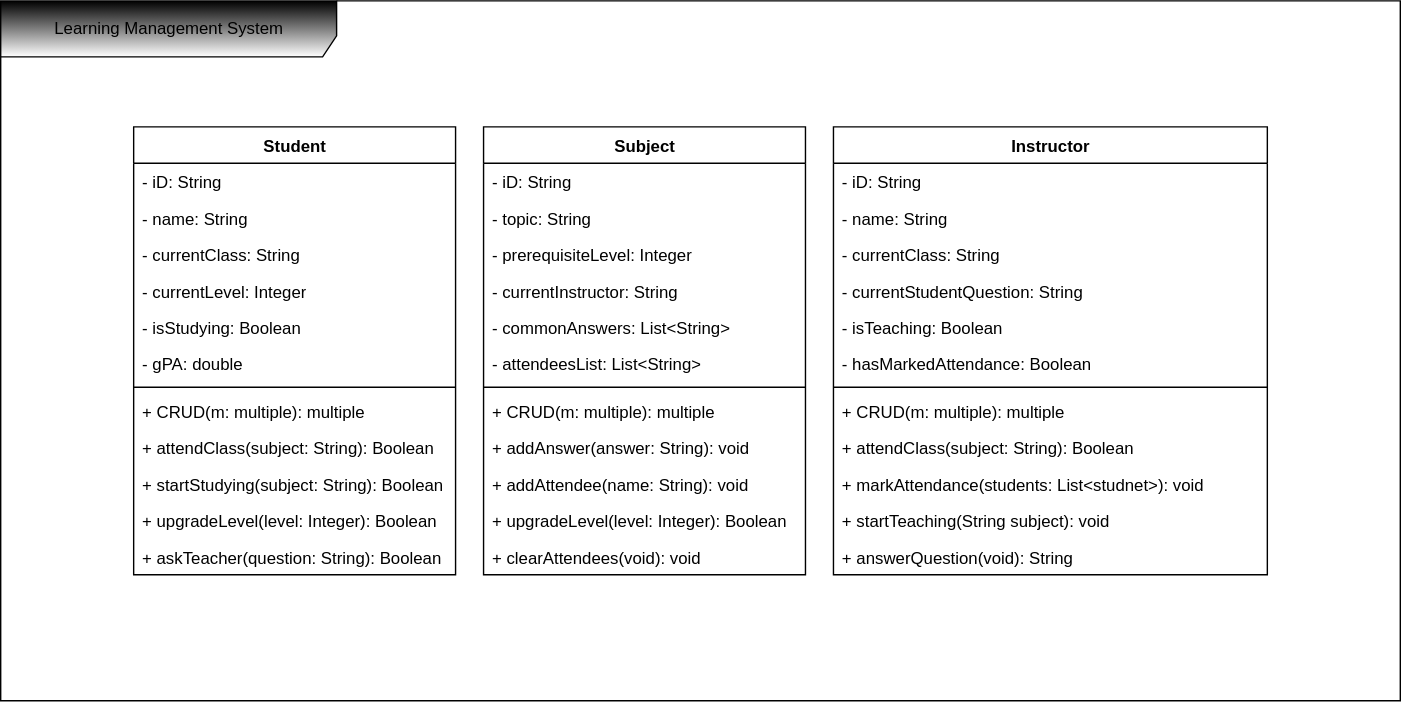
Earlier version of the draw.io export LMS.svg (Abdullah-Alwael/SpringBootLab7). Source tidied: cells renumbered, new cells last; positions are measured from the earlier drawing's top-left corner, leaving out a move shared by most shapes.
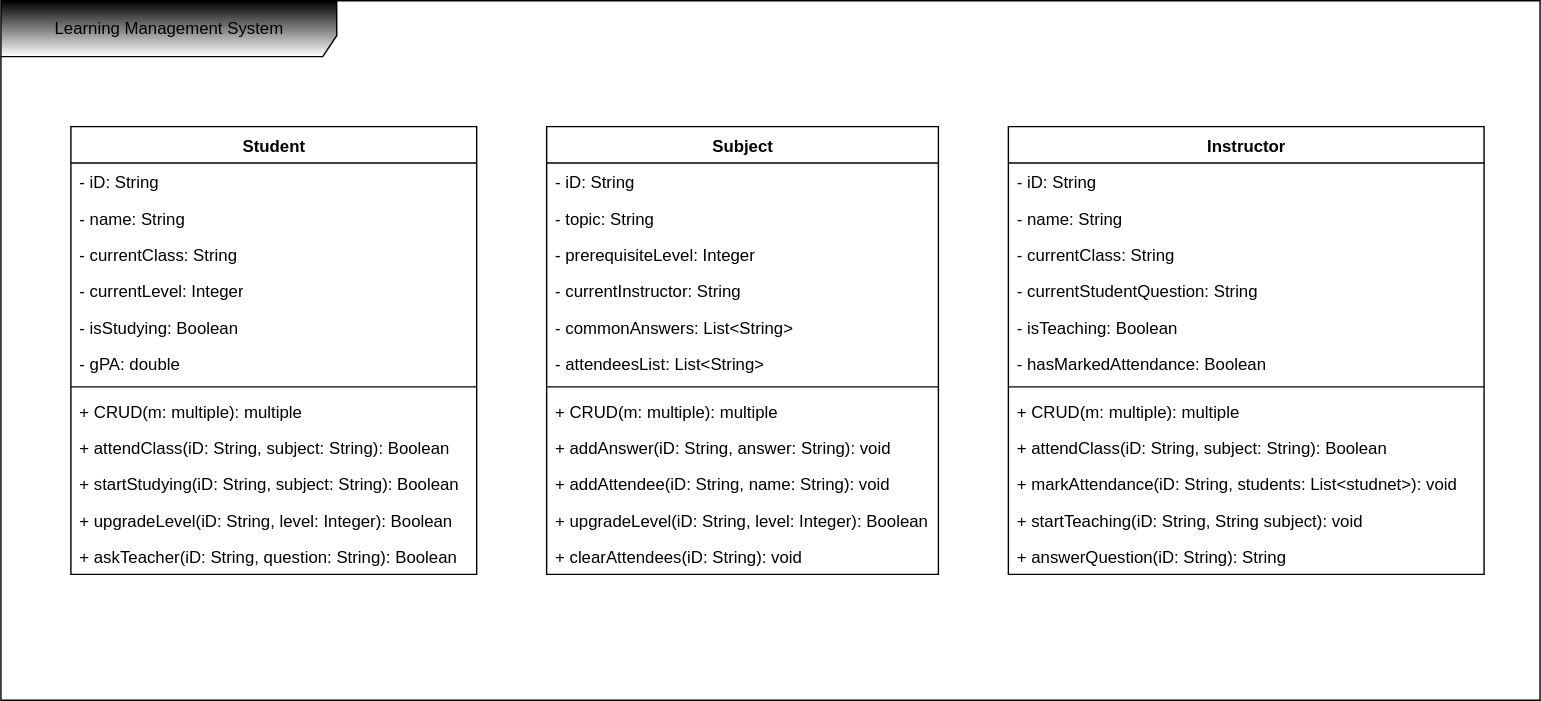
After the change.

The edit, as a diff of the source:
```diff
@@ -3,124 +3,124 @@
     <mxCell id="0" />
     <mxCell id="1" parent="0" />
     <mxCell id="2" value="Learning Management System" style="shape=umlFrame;whiteSpace=wrap;html=1;width=240;height=40;gradientColor=default;swimlaneFillColor=default;gradientDirection=north;fillColor=default;strokeColor=default;" parent="1" vertex="1">
-      <mxGeometry width="1000" height="500" as="geometry" />
+      <mxGeometry width="1100" height="500" as="geometry" />
     </mxCell>
     <mxCell id="3" value="Subject" style="swimlane;fontStyle=1;align=center;verticalAlign=top;horizontal=1;startSize=26;whiteSpace=wrap;html=1;" parent="1" vertex="1">
-      <mxGeometry x="345" y="90" width="230" height="320" as="geometry" />
+      <mxGeometry x="390" y="90" width="280" height="320" as="geometry" />
     </mxCell>
     <mxCell id="4" value="- iD: String" style="text;strokeColor=none;fillColor=none;align=left;verticalAlign=top;spacingLeft=4;spacingRight=4;overflow=hidden;whiteSpace=wrap;html=1;" parent="3" vertex="1">
-      <mxGeometry y="26" width="230" height="26" as="geometry" />
+      <mxGeometry y="26" width="280" height="26" as="geometry" />
     </mxCell>
     <mxCell id="5" value="&lt;div style=&quot;direction: ltr;&quot;&gt;&lt;span style=&quot;background-color: transparent; color: light-dark(rgb(0, 0, 0), rgb(255, 255, 255));&quot;&gt;- topic: String&lt;/span&gt;&lt;/div&gt;" style="text;strokeColor=none;fillColor=none;align=left;verticalAlign=top;spacingLeft=4;spacingRight=4;overflow=hidden;whiteSpace=wrap;html=1;" parent="3" vertex="1">
-      <mxGeometry y="52" width="230" height="26" as="geometry" />
+      <mxGeometry y="52" width="280" height="26" as="geometry" />
     </mxCell>
     <mxCell id="6" value="- prerequisiteLevel: Integer" style="text;strokeColor=none;fillColor=none;align=left;verticalAlign=top;spacingLeft=4;spacingRight=4;overflow=hidden;whiteSpace=wrap;html=1;" parent="3" vertex="1">
-      <mxGeometry y="78" width="230" height="26" as="geometry" />
+      <mxGeometry y="78" width="280" height="26" as="geometry" />
     </mxCell>
     <mxCell id="7" value="- currentInstructor: String" style="text;strokeColor=none;fillColor=none;align=left;verticalAlign=top;spacingLeft=4;spacingRight=4;overflow=hidden;whiteSpace=wrap;html=1;" parent="3" vertex="1">
-      <mxGeometry y="104" width="230" height="26" as="geometry" />
+      <mxGeometry y="104" width="280" height="26" as="geometry" />
     </mxCell>
     <mxCell id="8" value="- commonAnswers: List&amp;lt;String&amp;gt;" style="text;strokeColor=none;fillColor=none;align=left;verticalAlign=top;spacingLeft=4;spacingRight=4;overflow=hidden;whiteSpace=wrap;html=1;" parent="3" vertex="1">
-      <mxGeometry y="130" width="230" height="26" as="geometry" />
+      <mxGeometry y="130" width="280" height="26" as="geometry" />
     </mxCell>
     <mxCell id="9" value="- attendeesList: List&amp;lt;String&amp;gt;" style="text;strokeColor=none;fillColor=none;align=left;verticalAlign=top;spacingLeft=4;spacingRight=4;overflow=hidden;whiteSpace=wrap;html=1;" parent="3" vertex="1">
-      <mxGeometry y="156" width="230" height="26" as="geometry" />
+      <mxGeometry y="156" width="280" height="26" as="geometry" />
     </mxCell>
     <mxCell id="10" style="line;strokeWidth=1;fillColor=none;align=left;verticalAlign=middle;spacingTop=-1;spacingLeft=3;spacingRight=3;labelPosition=right;strokeColor=inherit;" parent="3" vertex="1">
-      <mxGeometry y="182" width="230" height="8" as="geometry" />
+      <mxGeometry y="182" width="280" height="8" as="geometry" />
     </mxCell>
     <mxCell id="11" value="+ CRUD(m: multiple): multiple" style="text;strokeColor=none;fillColor=none;align=left;verticalAlign=top;spacingLeft=4;spacingRight=4;overflow=hidden;whiteSpace=wrap;html=1;" parent="3" vertex="1">
-      <mxGeometry y="190" width="230" height="26" as="geometry" />
+      <mxGeometry y="190" width="280" height="26" as="geometry" />
     </mxCell>
-    <mxCell id="12" value="&lt;div style=&quot;direction: ltr;&quot;&gt;&lt;span style=&quot;background-color: transparent; color: light-dark(rgb(0, 0, 0), rgb(255, 255, 255));&quot;&gt;+ addAnswer(answer: String): void&lt;/span&gt;&lt;/div&gt;" style="text;strokeColor=none;fillColor=none;align=left;verticalAlign=top;spacingLeft=4;spacingRight=4;overflow=hidden;whiteSpace=wrap;html=1;" parent="3" vertex="1">
-      <mxGeometry y="216" width="230" height="26" as="geometry" />
+    <mxCell id="12" value="&lt;div style=&quot;direction: ltr;&quot;&gt;&lt;span style=&quot;background-color: transparent; color: light-dark(rgb(0, 0, 0), rgb(255, 255, 255));&quot;&gt;+ addAnswer(&lt;/span&gt;&lt;span style=&quot;background-color: transparent; color: light-dark(rgb(0, 0, 0), rgb(255, 255, 255));&quot;&gt;iD: String,&lt;/span&gt;&lt;span style=&quot;background-color: transparent; color: light-dark(rgb(0, 0, 0), rgb(255, 255, 255));&quot;&gt;&amp;nbsp;&lt;/span&gt;&lt;span style=&quot;background-color: transparent; color: light-dark(rgb(0, 0, 0), rgb(255, 255, 255));&quot;&gt;answer: String): void&lt;/span&gt;&lt;/div&gt;" style="text;strokeColor=none;fillColor=none;align=left;verticalAlign=top;spacingLeft=4;spacingRight=4;overflow=hidden;whiteSpace=wrap;html=1;" parent="3" vertex="1">
+      <mxGeometry y="216" width="280" height="26" as="geometry" />
     </mxCell>
-    <mxCell id="13" value="+ addAttendee(name: String): void" style="text;strokeColor=none;fillColor=none;align=left;verticalAlign=top;spacingLeft=4;spacingRight=4;overflow=hidden;whiteSpace=wrap;html=1;" parent="3" vertex="1">
-      <mxGeometry y="242" width="230" height="26" as="geometry" />
+    <mxCell id="13" value="+ addAttendee(iD: String,&amp;nbsp;name: String): void" style="text;strokeColor=none;fillColor=none;align=left;verticalAlign=top;spacingLeft=4;spacingRight=4;overflow=hidden;whiteSpace=wrap;html=1;" parent="3" vertex="1">
+      <mxGeometry y="242" width="280" height="26" as="geometry" />
     </mxCell>
-    <mxCell id="14" value="+ upgradeLevel(level: Integer): Boolean" style="text;strokeColor=none;fillColor=none;align=left;verticalAlign=top;spacingLeft=4;spacingRight=4;overflow=hidden;whiteSpace=wrap;html=1;" parent="3" vertex="1">
-      <mxGeometry y="268" width="230" height="26" as="geometry" />
+    <mxCell id="14" value="+ upgradeLevel(iD: String,&amp;nbsp;level: Integer): Boolean" style="text;strokeColor=none;fillColor=none;align=left;verticalAlign=top;spacingLeft=4;spacingRight=4;overflow=hidden;whiteSpace=wrap;html=1;" parent="3" vertex="1">
+      <mxGeometry y="268" width="280" height="26" as="geometry" />
     </mxCell>
-    <mxCell id="15" value="+ clearAttendees(void): void" style="text;strokeColor=none;fillColor=none;align=left;verticalAlign=top;spacingLeft=4;spacingRight=4;overflow=hidden;whiteSpace=wrap;html=1;" parent="3" vertex="1">
-      <mxGeometry y="294" width="230" height="26" as="geometry" />
+    <mxCell id="15" value="+ clearAttendees(iD: String): void" style="text;strokeColor=none;fillColor=none;align=left;verticalAlign=top;spacingLeft=4;spacingRight=4;overflow=hidden;whiteSpace=wrap;html=1;" parent="3" vertex="1">
+      <mxGeometry y="294" width="280" height="26" as="geometry" />
     </mxCell>
     <mxCell id="16" value="Student" style="swimlane;fontStyle=1;align=center;verticalAlign=top;horizontal=1;startSize=26;whiteSpace=wrap;html=1;" parent="1" vertex="1">
-      <mxGeometry x="95" y="90" width="230" height="320" as="geometry" />
+      <mxGeometry x="50" y="90" width="290" height="320" as="geometry" />
     </mxCell>
     <mxCell id="17" value="- iD: String" style="text;strokeColor=none;fillColor=none;align=left;verticalAlign=top;spacingLeft=4;spacingRight=4;overflow=hidden;whiteSpace=wrap;html=1;" parent="16" vertex="1">
-      <mxGeometry y="26" width="230" height="26" as="geometry" />
+      <mxGeometry y="26" width="290" height="26" as="geometry" />
     </mxCell>
     <mxCell id="18" value="- name: String" style="text;strokeColor=none;fillColor=none;align=left;verticalAlign=top;spacingLeft=4;spacingRight=4;overflow=hidden;whiteSpace=wrap;html=1;" parent="16" vertex="1">
-      <mxGeometry y="52" width="230" height="26" as="geometry" />
+      <mxGeometry y="52" width="290" height="26" as="geometry" />
     </mxCell>
     <mxCell id="19" value="- currentClass: String" style="text;strokeColor=none;fillColor=none;align=left;verticalAlign=top;spacingLeft=4;spacingRight=4;overflow=hidden;whiteSpace=wrap;html=1;" parent="16" vertex="1">
-      <mxGeometry y="78" width="230" height="26" as="geometry" />
+      <mxGeometry y="78" width="290" height="26" as="geometry" />
     </mxCell>
     <mxCell id="20" value="- currentLevel: Integer" style="text;strokeColor=none;fillColor=none;align=left;verticalAlign=top;spacingLeft=4;spacingRight=4;overflow=hidden;whiteSpace=wrap;html=1;" parent="16" vertex="1">
-      <mxGeometry y="104" width="230" height="26" as="geometry" />
+      <mxGeometry y="104" width="290" height="26" as="geometry" />
     </mxCell>
     <mxCell id="21" value="- isStudying: Boolean" style="text;strokeColor=none;fillColor=none;align=left;verticalAlign=top;spacingLeft=4;spacingRight=4;overflow=hidden;whiteSpace=wrap;html=1;" parent="16" vertex="1">
-      <mxGeometry y="130" width="230" height="26" as="geometry" />
+      <mxGeometry y="130" width="290" height="26" as="geometry" />
     </mxCell>
     <mxCell id="22" value="- gPA: double" style="text;strokeColor=none;fillColor=none;align=left;verticalAlign=top;spacingLeft=4;spacingRight=4;overflow=hidden;whiteSpace=wrap;html=1;" parent="16" vertex="1">
-      <mxGeometry y="156" width="230" height="26" as="geometry" />
+      <mxGeometry y="156" width="290" height="26" as="geometry" />
     </mxCell>
     <mxCell id="23" style="line;strokeWidth=1;fillColor=none;align=left;verticalAlign=middle;spacingTop=-1;spacingLeft=3;spacingRight=3;labelPosition=right;strokeColor=inherit;" parent="16" vertex="1">
-      <mxGeometry y="182" width="230" height="8" as="geometry" />
+      <mxGeometry y="182" width="290" height="8" as="geometry" />
     </mxCell>
     <mxCell id="24" value="+ CRUD(m: multiple): multiple" style="text;strokeColor=none;fillColor=none;align=left;verticalAlign=top;spacingLeft=4;spacingRight=4;overflow=hidden;whiteSpace=wrap;html=1;" parent="16" vertex="1">
-      <mxGeometry y="190" width="230" height="26" as="geometry" />
+      <mxGeometry y="190" width="290" height="26" as="geometry" />
     </mxCell>
-    <mxCell id="25" value="+ attendClass(subject: String): Boolean" style="text;strokeColor=none;fillColor=none;align=left;verticalAlign=top;spacingLeft=4;spacingRight=4;overflow=hidden;whiteSpace=wrap;html=1;" parent="16" vertex="1">
-      <mxGeometry y="216" width="230" height="26" as="geometry" />
+    <mxCell id="25" value="+ attendClass(iD: String, subject: String): Boolean" style="text;strokeColor=none;fillColor=none;align=left;verticalAlign=top;spacingLeft=4;spacingRight=4;overflow=hidden;whiteSpace=wrap;html=1;" parent="16" vertex="1">
+      <mxGeometry y="216" width="290" height="26" as="geometry" />
     </mxCell>
-    <mxCell id="26" value="+ startStudying(subject&lt;span style=&quot;background-color: transparent; color: light-dark(rgb(0, 0, 0), rgb(255, 255, 255));&quot;&gt;: String): Boolean&lt;/span&gt;" style="text;strokeColor=none;fillColor=none;align=left;verticalAlign=top;spacingLeft=4;spacingRight=4;overflow=hidden;whiteSpace=wrap;html=1;" parent="16" vertex="1">
-      <mxGeometry y="242" width="230" height="26" as="geometry" />
+    <mxCell id="26" value="+ startStudying(iD: String,&amp;nbsp;subject&lt;span style=&quot;background-color: transparent; color: light-dark(rgb(0, 0, 0), rgb(255, 255, 255));&quot;&gt;: String): Boolean&lt;/span&gt;" style="text;strokeColor=none;fillColor=none;align=left;verticalAlign=top;spacingLeft=4;spacingRight=4;overflow=hidden;whiteSpace=wrap;html=1;" parent="16" vertex="1">
+      <mxGeometry y="242" width="290" height="26" as="geometry" />
     </mxCell>
-    <mxCell id="27" value="&lt;div style=&quot;direction: ltr;&quot;&gt;&lt;span style=&quot;background-color: transparent; color: light-dark(rgb(0, 0, 0), rgb(255, 255, 255));&quot;&gt;+ upgradeLevel(level: Integer): Boolean&lt;/span&gt;&lt;/div&gt;" style="text;strokeColor=none;fillColor=none;align=left;verticalAlign=top;spacingLeft=4;spacingRight=4;overflow=hidden;whiteSpace=wrap;html=1;" parent="16" vertex="1">
-      <mxGeometry y="268" width="230" height="26" as="geometry" />
+    <mxCell id="27" value="&lt;div style=&quot;direction: ltr;&quot;&gt;&lt;span style=&quot;background-color: transparent; color: light-dark(rgb(0, 0, 0), rgb(255, 255, 255));&quot;&gt;+ upgradeLevel(&lt;/span&gt;&lt;span style=&quot;background-color: transparent; color: light-dark(rgb(0, 0, 0), rgb(255, 255, 255));&quot;&gt;iD: String,&lt;/span&gt;&lt;span style=&quot;background-color: transparent; color: light-dark(rgb(0, 0, 0), rgb(255, 255, 255));&quot;&gt;&amp;nbsp;&lt;/span&gt;&lt;span style=&quot;background-color: transparent; color: light-dark(rgb(0, 0, 0), rgb(255, 255, 255));&quot;&gt;level: Integer): Boolean&lt;/span&gt;&lt;/div&gt;" style="text;strokeColor=none;fillColor=none;align=left;verticalAlign=top;spacingLeft=4;spacingRight=4;overflow=hidden;whiteSpace=wrap;html=1;" parent="16" vertex="1">
+      <mxGeometry y="268" width="290" height="26" as="geometry" />
     </mxCell>
-    <mxCell id="28" value="+ askTeacher(question: String): Boolean" style="text;strokeColor=none;fillColor=none;align=left;verticalAlign=top;spacingLeft=4;spacingRight=4;overflow=hidden;whiteSpace=wrap;html=1;" parent="16" vertex="1">
-      <mxGeometry y="294" width="230" height="26" as="geometry" />
+    <mxCell id="28" value="+ askTeacher(iD: String,&amp;nbsp;question: String): Boolean" style="text;strokeColor=none;fillColor=none;align=left;verticalAlign=top;spacingLeft=4;spacingRight=4;overflow=hidden;whiteSpace=wrap;html=1;" parent="16" vertex="1">
+      <mxGeometry y="294" width="290" height="26" as="geometry" />
     </mxCell>
     <mxCell id="29" value="Instructor" style="swimlane;fontStyle=1;align=center;verticalAlign=top;horizontal=1;startSize=26;whiteSpace=wrap;html=1;" parent="1" vertex="1">
-      <mxGeometry x="595" y="90" width="310" height="320" as="geometry" />
+      <mxGeometry x="720" y="90" width="340" height="320" as="geometry" />
     </mxCell>
     <mxCell id="30" value="- iD: String" style="text;strokeColor=none;fillColor=none;align=left;verticalAlign=top;spacingLeft=4;spacingRight=4;overflow=hidden;whiteSpace=wrap;html=1;" parent="29" vertex="1">
-      <mxGeometry y="26" width="310" height="26" as="geometry" />
+      <mxGeometry y="26" width="340" height="26" as="geometry" />
     </mxCell>
     <mxCell id="31" value="- name: String" style="text;strokeColor=none;fillColor=none;align=left;verticalAlign=top;spacingLeft=4;spacingRight=4;overflow=hidden;whiteSpace=wrap;html=1;" parent="29" vertex="1">
-      <mxGeometry y="52" width="310" height="26" as="geometry" />
+      <mxGeometry y="52" width="340" height="26" as="geometry" />
     </mxCell>
     <mxCell id="32" value="- currentClass: String" style="text;strokeColor=none;fillColor=none;align=left;verticalAlign=top;spacingLeft=4;spacingRight=4;overflow=hidden;whiteSpace=wrap;html=1;" parent="29" vertex="1">
-      <mxGeometry y="78" width="310" height="26" as="geometry" />
+      <mxGeometry y="78" width="340" height="26" as="geometry" />
     </mxCell>
     <mxCell id="33" value="- currentStudentQuestion: String" style="text;strokeColor=none;fillColor=none;align=left;verticalAlign=top;spacingLeft=4;spacingRight=4;overflow=hidden;whiteSpace=wrap;html=1;" parent="29" vertex="1">
-      <mxGeometry y="104" width="310" height="26" as="geometry" />
+      <mxGeometry y="104" width="340" height="26" as="geometry" />
     </mxCell>
     <mxCell id="34" value="- isTeaching: Boolean" style="text;strokeColor=none;fillColor=none;align=left;verticalAlign=top;spacingLeft=4;spacingRight=4;overflow=hidden;whiteSpace=wrap;html=1;" parent="29" vertex="1">
-      <mxGeometry y="130" width="310" height="26" as="geometry" />
+      <mxGeometry y="130" width="340" height="26" as="geometry" />
     </mxCell>
     <mxCell id="35" value="- hasMarkedAttendance: Boolean" style="text;strokeColor=none;fillColor=none;align=left;verticalAlign=top;spacingLeft=4;spacingRight=4;overflow=hidden;whiteSpace=wrap;html=1;" parent="29" vertex="1">
-      <mxGeometry y="156" width="310" height="26" as="geometry" />
+      <mxGeometry y="156" width="340" height="26" as="geometry" />
     </mxCell>
     <mxCell id="36" style="line;strokeWidth=1;fillColor=none;align=left;verticalAlign=middle;spacingTop=-1;spacingLeft=3;spacingRight=3;labelPosition=right;strokeColor=inherit;" parent="29" vertex="1">
-      <mxGeometry y="182" width="310" height="8" as="geometry" />
+      <mxGeometry y="182" width="340" height="8" as="geometry" />
     </mxCell>
     <mxCell id="37" value="+ CRUD(m: multiple): multiple" style="text;strokeColor=none;fillColor=none;align=left;verticalAlign=top;spacingLeft=4;spacingRight=4;overflow=hidden;whiteSpace=wrap;html=1;" parent="29" vertex="1">
-      <mxGeometry y="190" width="310" height="26" as="geometry" />
+      <mxGeometry y="190" width="340" height="26" as="geometry" />
     </mxCell>
-    <mxCell id="38" value="+ attendClass(subject: String): Boolean" style="text;strokeColor=none;fillColor=none;align=left;verticalAlign=top;spacingLeft=4;spacingRight=4;overflow=hidden;whiteSpace=wrap;html=1;" parent="29" vertex="1">
-      <mxGeometry y="216" width="310" height="26" as="geometry" />
+    <mxCell id="38" value="+ attendClass(iD: String,&amp;nbsp;subject: String): Boolean" style="text;strokeColor=none;fillColor=none;align=left;verticalAlign=top;spacingLeft=4;spacingRight=4;overflow=hidden;whiteSpace=wrap;html=1;" parent="29" vertex="1">
+      <mxGeometry y="216" width="340" height="26" as="geometry" />
     </mxCell>
-    <mxCell id="39" value="+ markAttendance(students: List&amp;lt;studnet&amp;gt;): void" style="text;strokeColor=none;fillColor=none;align=left;verticalAlign=top;spacingLeft=4;spacingRight=4;overflow=hidden;whiteSpace=wrap;html=1;" parent="29" vertex="1">
-      <mxGeometry y="242" width="310" height="26" as="geometry" />
+    <mxCell id="39" value="+ markAttendance(iD: String,&amp;nbsp;students: List&amp;lt;studnet&amp;gt;): void" style="text;strokeColor=none;fillColor=none;align=left;verticalAlign=top;spacingLeft=4;spacingRight=4;overflow=hidden;whiteSpace=wrap;html=1;" parent="29" vertex="1">
+      <mxGeometry y="242" width="340" height="26" as="geometry" />
     </mxCell>
-    <mxCell id="40" value="+ startTeaching(String subject): void" style="text;strokeColor=none;fillColor=none;align=left;verticalAlign=top;spacingLeft=4;spacingRight=4;overflow=hidden;whiteSpace=wrap;html=1;" parent="29" vertex="1">
-      <mxGeometry y="268" width="310" height="26" as="geometry" />
+    <mxCell id="40" value="+ startTeaching(iD: String,&amp;nbsp;String subject): void" style="text;strokeColor=none;fillColor=none;align=left;verticalAlign=top;spacingLeft=4;spacingRight=4;overflow=hidden;whiteSpace=wrap;html=1;" parent="29" vertex="1">
+      <mxGeometry y="268" width="340" height="26" as="geometry" />
     </mxCell>
-    <mxCell id="41" value="+ answerQuestion(void): String" style="text;strokeColor=none;fillColor=none;align=left;verticalAlign=top;spacingLeft=4;spacingRight=4;overflow=hidden;whiteSpace=wrap;html=1;" parent="29" vertex="1">
-      <mxGeometry y="294" width="310" height="26" as="geometry" />
+    <mxCell id="41" value="+ answerQuestion(iD: String): String" style="text;strokeColor=none;fillColor=none;align=left;verticalAlign=top;spacingLeft=4;spacingRight=4;overflow=hidden;whiteSpace=wrap;html=1;" parent="29" vertex="1">
+      <mxGeometry y="294" width="340" height="26" as="geometry" />
     </mxCell>
   </root>
 </mxGraphModel>
```
